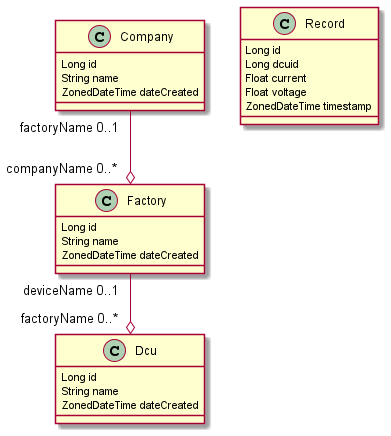
Earlier version of the PlantUML export akathon.png (khangdzox/DCU-Managing-System). The source it was exported from:
```plantuml
@startuml
	!pragma syntax class
	class Company  {
		Long id
		String name
		ZonedDateTime dateCreated
	}
	class Factory  {
		Long id
		String name
		ZonedDateTime dateCreated
	}
	class Dcu  {
		Long id
		String name
		ZonedDateTime dateCreated
	}
	class Record  {
		Long id
		Long dcuid
		Float current
		Float voltage
		ZonedDateTime timestamp
	}
	Company  "factoryName 0..1 " --o "companyName 0..* "  Factory
	Factory  "deviceName 0..1 " --o "factoryName 0..* "  Dcu
@enduml
```
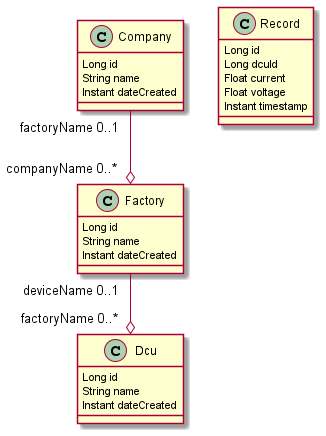
The same file after the commit.

Diff of the diagram source:
```diff
@@ -3,24 +3,24 @@
 	class Company  {
 		Long id
 		String name
-		ZonedDateTime dateCreated
+		Instant dateCreated
 	}
 	class Factory  {
 		Long id
 		String name
-		ZonedDateTime dateCreated
+		Instant dateCreated
 	}
 	class Dcu  {
 		Long id
 		String name
-		ZonedDateTime dateCreated
+		Instant dateCreated
 	}
 	class Record  {
 		Long id
-		Long dcuid
+		Long dcuId
 		Float current
 		Float voltage
-		ZonedDateTime timestamp
+		Instant timestamp
 	}
 	Company  "factoryName 0..1 " --o "companyName 0..* "  Factory
 	Factory  "deviceName 0..1 " --o "factoryName 0..* "  Dcu
```
